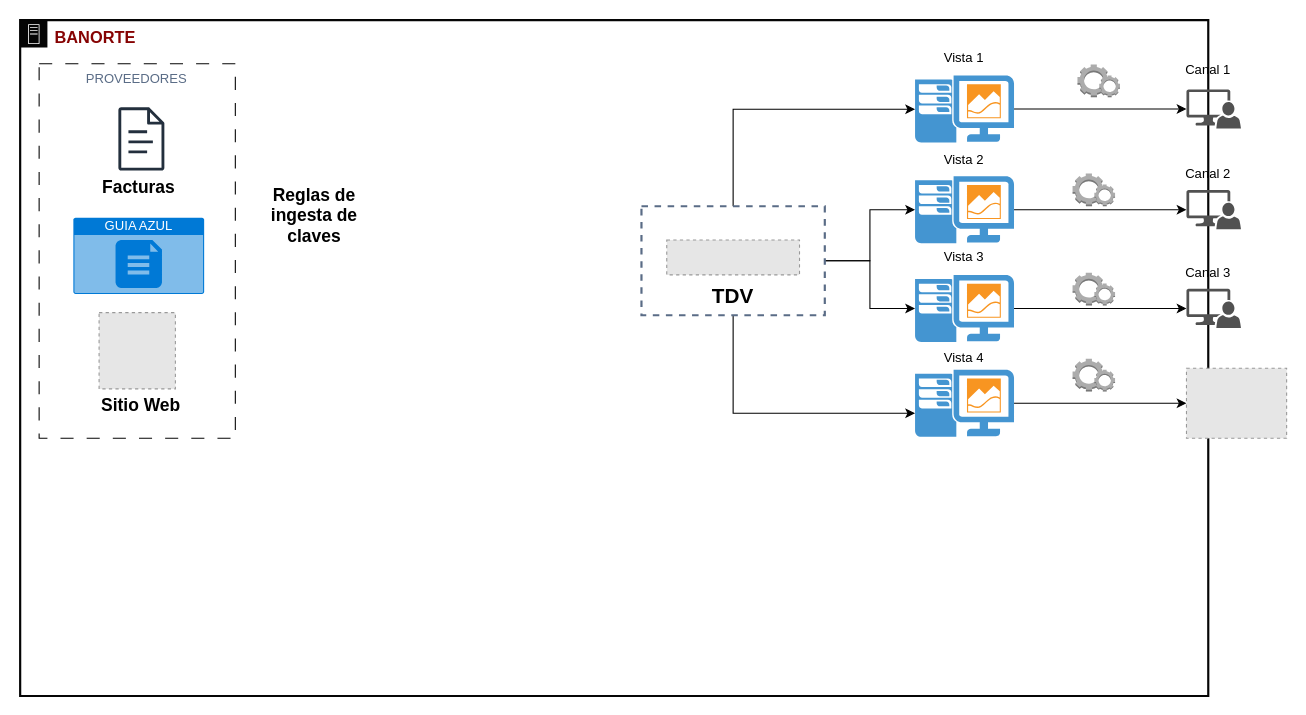
Before: CatalogoAutos.drawio in endoeca2/Diagramas, a draw.io diagram. Source tidied: cells renumbered, new cells numbered last; positions are measured from the earlier drawing's top-left corner, leaving out a move shared by most shapes. Both pictures are drawn from the tidied source at 109%, with x=0, y=0 at pixel (20, 20). Pictures stored in the file or linked from it are replaced by grey dashed boxes.
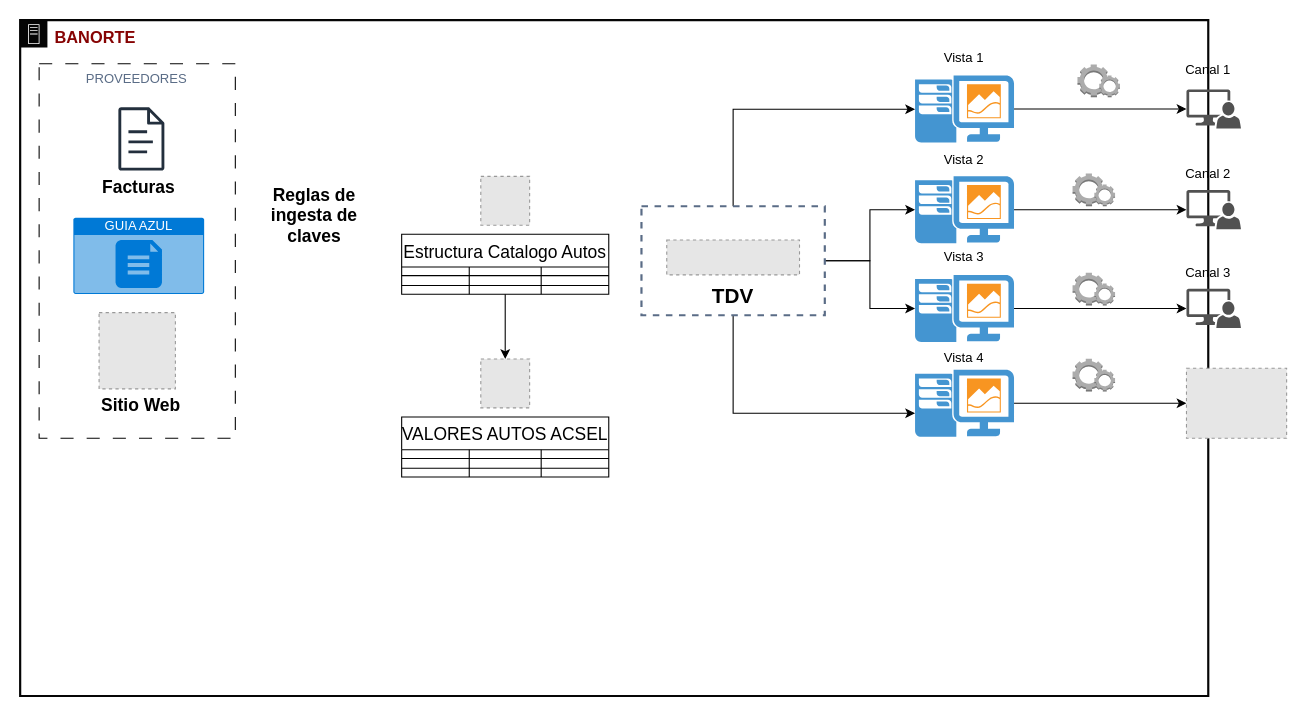
The same page after the edit.

The edit, as a diff of the source:
```diff
@@
+    <mxCell id="44" style="fillColor=#E6E6E6;strokeColor=#999999;dashed=1;html=1;verticalAlign=top;verticalLabelPosition=bottom;labelBackgroundColor=#ffffff;" parent="1" vertex="1">
+      <mxGeometry x="422.6" y="143.3" width="44.8" height="44.8" as="geometry" />
+    </mxCell>
+    <mxCell id="45" style="edgeStyle=orthogonalEdgeStyle;rounded=0;jettySize=auto;html=1;entryX=0.5;entryY=0;entryDx=0;entryDy=0;" parent="1" edge="1" source="46" target="59">
+      <mxGeometry relative="1" as="geometry" />
+    </mxCell>
+    <mxCell id="46" value="Estructura Catalogo Autos" style="shape=table;startSize=30;childLayout=tableLayout;strokeColor=default;fontSize=16;" parent="1" vertex="1">
+      <mxGeometry x="350" y="196.4" width="190" height="55" as="geometry" />
+    </mxCell>
+    <mxCell id="47" style="shape=tableRow;horizontal=0;startSize=0;swimlaneHead=0;swimlaneBody=0;strokeColor=inherit;top=0;left=0;bottom=0;right=0;fillColor=none;fontSize=16;" parent="46" vertex="1">
+      <mxGeometry y="30" width="190" height="8" as="geometry" />
+    </mxCell>
+    <mxCell id="48" style="shape=partialRectangle;html=1;whiteSpace=wrap;strokeColor=inherit;overflow=hidden;fillColor=none;top=0;left=0;bottom=0;right=0;fontSize=16;" parent="47" vertex="1">
+      <mxGeometry width="62" height="8" as="geometry" />
+    </mxCell>
+    <mxCell id="49" style="shape=partialRectangle;html=1;whiteSpace=wrap;strokeColor=inherit;overflow=hidden;fillColor=none;top=0;left=0;bottom=0;right=0;fontSize=16;" parent="47" vertex="1">
+      <mxGeometry x="62" width="66" height="8" as="geometry" />
+    </mxCell>
+    <mxCell id="50" style="shape=partialRectangle;html=1;whiteSpace=wrap;strokeColor=inherit;overflow=hidden;fillColor=none;top=0;left=0;bottom=0;right=0;fontSize=16;" parent="47" vertex="1">
+      <mxGeometry x="128" width="62" height="8" as="geometry" />
+    </mxCell>
+    <mxCell id="51" style="shape=tableRow;horizontal=0;startSize=0;swimlaneHead=0;swimlaneBody=0;strokeColor=inherit;top=0;left=0;bottom=0;right=0;fillColor=none;fontSize=16;" parent="46" vertex="1">
+      <mxGeometry y="38" width="190" height="9" as="geometry" />
+    </mxCell>
+    <mxCell id="52" style="shape=partialRectangle;html=1;whiteSpace=wrap;strokeColor=inherit;overflow=hidden;fillColor=none;top=0;left=0;bottom=0;right=0;fontSize=16;" parent="51" vertex="1">
+      <mxGeometry width="62" height="9" as="geometry" />
+    </mxCell>
+    <mxCell id="53" style="shape=partialRectangle;html=1;whiteSpace=wrap;strokeColor=inherit;overflow=hidden;fillColor=none;top=0;left=0;bottom=0;right=0;fontSize=16;" parent="51" vertex="1">
+      <mxGeometry x="62" width="66" height="9" as="geometry" />
+    </mxCell>
+    <mxCell id="54" style="shape=partialRectangle;html=1;whiteSpace=wrap;strokeColor=inherit;overflow=hidden;fillColor=none;top=0;left=0;bottom=0;right=0;fontSize=16;" parent="51" vertex="1">
+      <mxGeometry x="128" width="62" height="9" as="geometry" />
+    </mxCell>
+    <mxCell id="55" style="shape=tableRow;horizontal=0;startSize=0;swimlaneHead=0;swimlaneBody=0;strokeColor=inherit;top=0;left=0;bottom=0;right=0;fillColor=none;fontSize=16;" parent="46" vertex="1">
+      <mxGeometry y="47" width="190" height="8" as="geometry" />
+    </mxCell>
+    <mxCell id="56" style="shape=partialRectangle;html=1;whiteSpace=wrap;strokeColor=inherit;overflow=hidden;fillColor=none;top=0;left=0;bottom=0;right=0;fontSize=16;" parent="55" vertex="1">
+      <mxGeometry width="62" height="8" as="geometry" />
+    </mxCell>
+    <mxCell id="57" style="shape=partialRectangle;html=1;whiteSpace=wrap;strokeColor=inherit;overflow=hidden;fillColor=none;top=0;left=0;bottom=0;right=0;fontSize=16;" parent="55" vertex="1">
+      <mxGeometry x="62" width="66" height="8" as="geometry" />
+    </mxCell>
+    <mxCell id="58" style="shape=partialRectangle;html=1;whiteSpace=wrap;strokeColor=inherit;overflow=hidden;fillColor=none;top=0;left=0;bottom=0;right=0;fontSize=16;" parent="55" vertex="1">
+      <mxGeometry x="128" width="62" height="8" as="geometry" />
+    </mxCell>
+    <mxCell id="59" style="fillColor=#E6E6E6;strokeColor=#999999;dashed=1;html=1;verticalAlign=top;verticalLabelPosition=bottom;labelBackgroundColor=#ffffff;" parent="1" vertex="1">
+      <mxGeometry x="422.6" y="310.9" width="44.8" height="44.8" as="geometry" />
+    </mxCell>
+    <mxCell id="60" value="VALORES AUTOS ACSEL" style="shape=table;startSize=30;childLayout=tableLayout;strokeColor=default;fontSize=16;" parent="1" vertex="1">
+      <mxGeometry x="350" y="364.1" width="190" height="55" as="geometry" />
+    </mxCell>
+    <mxCell id="61" style="shape=tableRow;horizontal=0;startSize=0;swimlaneHead=0;swimlaneBody=0;strokeColor=inherit;top=0;left=0;bottom=0;right=0;fillColor=none;fontSize=16;" parent="60" vertex="1">
+      <mxGeometry y="30" width="190" height="8" as="geometry" />
+    </mxCell>
+    <mxCell id="62" style="shape=partialRectangle;html=1;whiteSpace=wrap;strokeColor=inherit;overflow=hidden;fillColor=none;top=0;left=0;bottom=0;right=0;fontSize=16;" parent="61" vertex="1">
+      <mxGeometry width="62" height="8" as="geometry" />
+    </mxCell>
+    <mxCell id="63" style="shape=partialRectangle;html=1;whiteSpace=wrap;strokeColor=inherit;overflow=hidden;fillColor=none;top=0;left=0;bottom=0;right=0;fontSize=16;" parent="61" vertex="1">
+      <mxGeometry x="62" width="66" height="8" as="geometry" />
+    </mxCell>
+    <mxCell id="64" style="shape=partialRectangle;html=1;whiteSpace=wrap;strokeColor=inherit;overflow=hidden;fillColor=none;top=0;left=0;bottom=0;right=0;fontSize=16;" parent="61" vertex="1">
+      <mxGeometry x="128" width="62" height="8" as="geometry" />
+    </mxCell>
+    <mxCell id="65" style="shape=tableRow;horizontal=0;startSize=0;swimlaneHead=0;swimlaneBody=0;strokeColor=inherit;top=0;left=0;bottom=0;right=0;fillColor=none;fontSize=16;" parent="60" vertex="1">
+      <mxGeometry y="38" width="190" height="9" as="geometry" />
+    </mxCell>
+    <mxCell id="66" style="shape=partialRectangle;html=1;whiteSpace=wrap;strokeColor=inherit;overflow=hidden;fillColor=none;top=0;left=0;bottom=0;right=0;fontSize=16;" parent="65" vertex="1">
+      <mxGeometry width="62" height="9" as="geometry" />
+    </mxCell>
+    <mxCell id="67" style="shape=partialRectangle;html=1;whiteSpace=wrap;strokeColor=inherit;overflow=hidden;fillColor=none;top=0;left=0;bottom=0;right=0;fontSize=16;" parent="65" vertex="1">
+      <mxGeometry x="62" width="66" height="9" as="geometry" />
+    </mxCell>
+    <mxCell id="68" style="shape=partialRectangle;html=1;whiteSpace=wrap;strokeColor=inherit;overflow=hidden;fillColor=none;top=0;left=0;bottom=0;right=0;fontSize=16;" parent="65" vertex="1">
+      <mxGeometry x="128" width="62" height="9" as="geometry" />
+    </mxCell>
+    <mxCell id="69" style="shape=tableRow;horizontal=0;startSize=0;swimlaneHead=0;swimlaneBody=0;strokeColor=inherit;top=0;left=0;bottom=0;right=0;fillColor=none;fontSize=16;" parent="60" vertex="1">
+      <mxGeometry y="47" width="190" height="8" as="geometry" />
+    </mxCell>
+    <mxCell id="70" style="shape=partialRectangle;html=1;whiteSpace=wrap;strokeColor=inherit;overflow=hidden;fillColor=none;top=0;left=0;bottom=0;right=0;fontSize=16;" parent="69" vertex="1">
+      <mxGeometry width="62" height="8" as="geometry" />
+    </mxCell>
+    <mxCell id="71" style="shape=partialRectangle;html=1;whiteSpace=wrap;strokeColor=inherit;overflow=hidden;fillColor=none;top=0;left=0;bottom=0;right=0;fontSize=16;" parent="69" vertex="1">
+      <mxGeometry x="62" width="66" height="8" as="geometry" />
+    </mxCell>
+    <mxCell id="72" style="shape=partialRectangle;html=1;whiteSpace=wrap;strokeColor=inherit;overflow=hidden;fillColor=none;top=0;left=0;bottom=0;right=0;fontSize=16;" parent="69" vertex="1">
+      <mxGeometry x="128" width="62" height="8" as="geometry" />
+    </mxCell>
```
